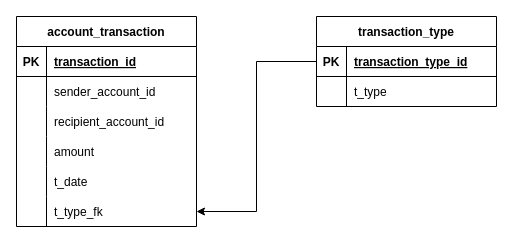
The draw.io diagram er/er.drawio in Scarlet-Horizon/cr24-transaction-service, before the edit. Source tidied: cells renumbered, new cells numbered last; positions are measured from the earlier drawing's top-left corner, leaving out a move shared by most shapes. Both pictures are drawn from the tidied source at 100%, with x=0, y=0 at pixel (16, 16).
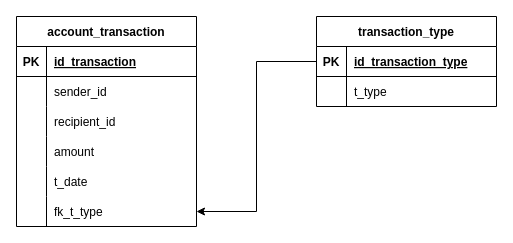
After the change.

Unchanged cells that the change refers to:
```xml
<mxCell id="3" style="shape=tableRow;horizontal=0;startSize=0;swimlaneHead=0;swimlaneBody=0;fillColor=none;top=0;left=0;right=0;bottom=1;" parent="2" vertex="1">
  <mxGeometry y="30" width="180" height="30" as="geometry" />
</mxCell>
<mxCell id="6" style="shape=tableRow;horizontal=0;startSize=0;swimlaneHead=0;swimlaneBody=0;fillColor=none;top=0;left=0;right=0;bottom=0;" parent="2" vertex="1">
  <mxGeometry y="60" width="180" height="30" as="geometry" />
</mxCell>
<mxCell id="9" style="shape=tableRow;horizontal=0;startSize=0;swimlaneHead=0;swimlaneBody=0;fillColor=none;top=0;left=0;right=0;bottom=0;" parent="2" vertex="1">
  <mxGeometry y="90" width="180" height="30" as="geometry" />
</mxCell>
<mxCell id="18" style="shape=tableRow;horizontal=0;startSize=0;swimlaneHead=0;swimlaneBody=0;fillColor=none;points=[[0,0.5],[1,0.5]];portConstraint=eastwest;top=0;left=0;right=0;bottom=0;" parent="2" vertex="1">
  <mxGeometry y="180" width="180" height="30" as="geometry" />
</mxCell>
<mxCell id="22" style="shape=tableRow;horizontal=0;startSize=0;swimlaneHead=0;swimlaneBody=0;fillColor=none;points=[[0,0.5],[1,0.5]];portConstraint=eastwest;top=0;left=0;right=0;bottom=1;" parent="21" vertex="1">
  <mxGeometry y="30" width="180" height="30" as="geometry" />
</mxCell>
```

Diff of the diagram source:
```diff
@@
-    <mxCell id="5" value="transaction_id" style="shape=partialRectangle;fillColor=none;top=0;left=0;bottom=0;right=0;align=left;spacingLeft=6;fontStyle=5;overflow=hidden;" parent="3" vertex="1">
+    <mxCell id="5" value="id_transaction" style="shape=partialRectangle;fillColor=none;top=0;left=0;bottom=0;right=0;align=left;spacingLeft=6;fontStyle=5;overflow=hidden;" parent="3" vertex="1">
       <mxGeometry x="30" width="150" height="30" as="geometry" />
     </mxCell>
@@
-    <mxCell id="8" value="sender_account_id" style="shape=partialRectangle;fillColor=none;top=0;left=0;bottom=0;right=0;align=left;spacingLeft=6;overflow=hidden;" parent="6" vertex="1">
+    <mxCell id="8" value="sender_id" style="shape=partialRectangle;fillColor=none;top=0;left=0;bottom=0;right=0;align=left;spacingLeft=6;overflow=hidden;" parent="6" vertex="1">
       <mxGeometry x="30" width="150" height="30" as="geometry" />
     </mxCell>
@@
-    <mxCell id="11" value="recipient_account_id" style="shape=partialRectangle;fillColor=none;top=0;left=0;bottom=0;right=0;align=left;spacingLeft=6;overflow=hidden;" parent="9" vertex="1">
+    <mxCell id="11" value="recipient_id" style="shape=partialRectangle;fillColor=none;top=0;left=0;bottom=0;right=0;align=left;spacingLeft=6;overflow=hidden;" parent="9" vertex="1">
       <mxGeometry x="30" width="150" height="30" as="geometry" />
     </mxCell>
@@
-    <mxCell id="20" value="t_type_fk" style="shape=partialRectangle;fillColor=none;top=0;left=0;bottom=0;right=0;align=left;spacingLeft=6;overflow=hidden;" parent="18" vertex="1">
+    <mxCell id="20" value="fk_t_type" style="shape=partialRectangle;fillColor=none;top=0;left=0;bottom=0;right=0;align=left;spacingLeft=6;overflow=hidden;" parent="18" vertex="1">
       <mxGeometry x="30" width="150" height="30" as="geometry" />
     </mxCell>
@@
-    <mxCell id="24" value="transaction_type_id" style="shape=partialRectangle;fillColor=none;top=0;left=0;bottom=0;right=0;align=left;spacingLeft=6;fontStyle=5;overflow=hidden;" parent="22" vertex="1">
+    <mxCell id="24" value="id_transaction_type" style="shape=partialRectangle;fillColor=none;top=0;left=0;bottom=0;right=0;align=left;spacingLeft=6;fontStyle=5;overflow=hidden;" parent="22" vertex="1">
       <mxGeometry x="30" width="150" height="30" as="geometry" />
     </mxCell>
```
